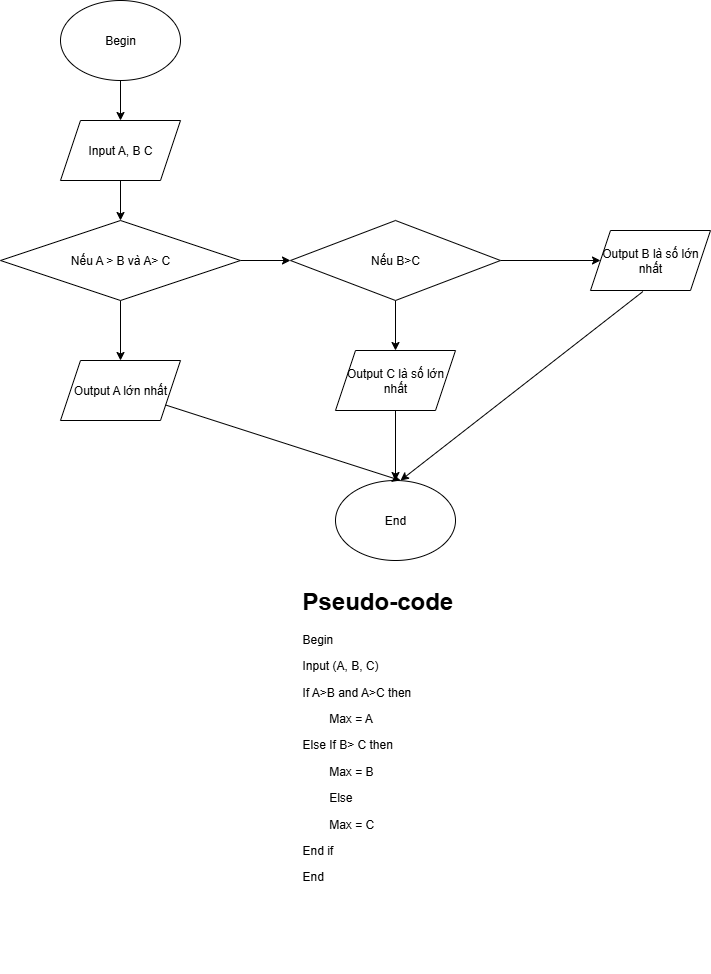
Earlier version of the draw.io export ss3_ma_gia_luu_do/Bai_tap/3/Pseudo+Flowchart_BT3.drawio.png (nnthoi1994/C0625G1---NguyenNgocThoi). Source tidied: cells renumbered, new cells last; positions are measured from the earlier drawing's top-left corner, leaving out a move shared by most shapes. Source of this version:
```xml
<mxGraphModel>
  <root>
    <mxCell id="0" />
    <mxCell id="1" parent="0" />
    <mxCell id="2" style="edgeStyle=orthogonalEdgeStyle;rounded=0;jettySize=auto;html=1;" parent="1" edge="1" source="3" target="5">
      <mxGeometry relative="1" as="geometry" />
    </mxCell>
    <mxCell id="3" value="Begin" style="ellipse;whiteSpace=wrap;html=1;" parent="1" vertex="1">
      <mxGeometry x="60" width="120" height="80" as="geometry" />
    </mxCell>
    <mxCell id="4" style="edgeStyle=orthogonalEdgeStyle;rounded=0;jettySize=auto;html=1;" parent="1" edge="1" source="5" target="8">
      <mxGeometry relative="1" as="geometry" />
    </mxCell>
    <mxCell id="5" value="Input A, B C" style="shape=parallelogram;perimeter=parallelogramPerimeter;whiteSpace=wrap;html=1;fixedSize=1;" parent="1" vertex="1">
      <mxGeometry x="60" y="120" width="120" height="60" as="geometry" />
    </mxCell>
    <mxCell id="6" style="edgeStyle=orthogonalEdgeStyle;rounded=0;jettySize=auto;html=1;" parent="1" edge="1" source="8" target="9">
      <mxGeometry relative="1" as="geometry" />
    </mxCell>
    <mxCell id="7" style="edgeStyle=orthogonalEdgeStyle;rounded=0;jettySize=auto;html=1;" parent="1" edge="1" source="8" target="12">
      <mxGeometry relative="1" as="geometry" />
    </mxCell>
    <mxCell id="8" value="Nếu A &amp;gt; B và A&amp;gt; C" style="rhombus;whiteSpace=wrap;html=1;" parent="1" vertex="1">
      <mxGeometry y="220" width="240" height="80" as="geometry" />
    </mxCell>
    <mxCell id="9" value="Output A lớn nhất" style="shape=parallelogram;perimeter=parallelogramPerimeter;whiteSpace=wrap;html=1;fixedSize=1;" parent="1" vertex="1">
      <mxGeometry x="60" y="360" width="120" height="60" as="geometry" />
    </mxCell>
    <mxCell id="10" style="edgeStyle=orthogonalEdgeStyle;rounded=0;jettySize=auto;html=1;" parent="1" edge="1" source="12" target="15">
      <mxGeometry relative="1" as="geometry" />
    </mxCell>
    <mxCell id="11" style="edgeStyle=orthogonalEdgeStyle;rounded=0;jettySize=auto;html=1;" parent="1" edge="1" source="12" target="13">
      <mxGeometry relative="1" as="geometry" />
    </mxCell>
    <mxCell id="12" value="Nếu B&amp;gt;C" style="rhombus;whiteSpace=wrap;html=1;" parent="1" vertex="1">
      <mxGeometry x="290" y="220" width="210" height="80" as="geometry" />
    </mxCell>
    <mxCell id="13" value="Output B là số lớn nhất" style="shape=parallelogram;perimeter=parallelogramPerimeter;whiteSpace=wrap;html=1;fixedSize=1;" parent="1" vertex="1">
      <mxGeometry x="590" y="230" width="120" height="60" as="geometry" />
    </mxCell>
    <mxCell id="14" style="edgeStyle=orthogonalEdgeStyle;rounded=0;jettySize=auto;html=1;" parent="1" edge="1" source="15" target="16">
      <mxGeometry relative="1" as="geometry" />
    </mxCell>
    <mxCell id="15" value="Output C là số lớn nhất" style="shape=parallelogram;perimeter=parallelogramPerimeter;whiteSpace=wrap;html=1;fixedSize=1;" parent="1" vertex="1">
      <mxGeometry x="335" y="350" width="120" height="60" as="geometry" />
    </mxCell>
    <mxCell id="16" value="End" style="ellipse;whiteSpace=wrap;html=1;" parent="1" vertex="1">
      <mxGeometry x="335" y="480" width="120" height="80" as="geometry" />
    </mxCell>
    <mxCell id="17" style="endArrow=classic;html=1;rounded=0;" parent="1" edge="1" source="9">
      <mxGeometry relative="1" as="geometry">
        <mxPoint x="400" y="480" as="targetPoint" />
      </mxGeometry>
    </mxCell>
    <mxCell id="18" style="endArrow=classic;html=1;rounded=0;exitX=0.437;exitY=1.017;exitDx=0;exitDy=0;exitPerimeter=0;" parent="1" edge="1" source="13">
      <mxGeometry relative="1" as="geometry">
        <mxPoint x="400" y="480" as="targetPoint" />
      </mxGeometry>
    </mxCell>
    <mxCell id="19" value="&lt;h1 style=&quot;margin-top: 0px;&quot;&gt;Pseudo-code&lt;/h1&gt;&lt;p&gt;Begin&lt;/p&gt;&lt;p&gt;Input (A, B, C)&lt;/p&gt;&lt;p&gt;If A&amp;gt;B and A&amp;gt;C then&lt;/p&gt;&lt;p&gt;&lt;span style=&quot;white-space: pre;&quot;&gt;&#9;&lt;/span&gt;Max = A&lt;br&gt;&lt;/p&gt;&lt;p&gt;Else&lt;span style=&quot;background-color: transparent; color: light-dark(rgb(0, 0, 0), rgb(255, 255, 255)); white-space: pre;&quot;&gt;&#9;&lt;/span&gt;&lt;span style=&quot;background-color: transparent; color: light-dark(rgb(0, 0, 0), rgb(255, 255, 255));&quot;&gt;If B&amp;gt; C then&lt;/span&gt;&lt;/p&gt;&lt;p&gt;&lt;span style=&quot;white-space: pre;&quot;&gt;&#9;&lt;/span&gt;Max = B&lt;br&gt;&lt;/p&gt;&lt;p&gt;&lt;span style=&quot;white-space: pre;&quot;&gt;&#9;&lt;/span&gt;Else&lt;/p&gt;&lt;p&gt;&lt;span style=&quot;background-color: transparent; color: light-dark(rgb(0, 0, 0), rgb(255, 255, 255)); white-space: pre;&quot;&gt;&#9;&lt;/span&gt;&lt;span style=&quot;background-color: transparent; color: light-dark(rgb(0, 0, 0), rgb(255, 255, 255));&quot;&gt;Max = C&lt;/span&gt;&lt;/p&gt;&lt;p&gt;End if&lt;/p&gt;&lt;p&gt;End&lt;/p&gt;" style="text;html=1;whiteSpace=wrap;overflow=hidden;rounded=0;" parent="1" vertex="1">
      <mxGeometry x="300" y="580" width="190" height="390" as="geometry" />
    </mxCell>
  </root>
</mxGraphModel>
```
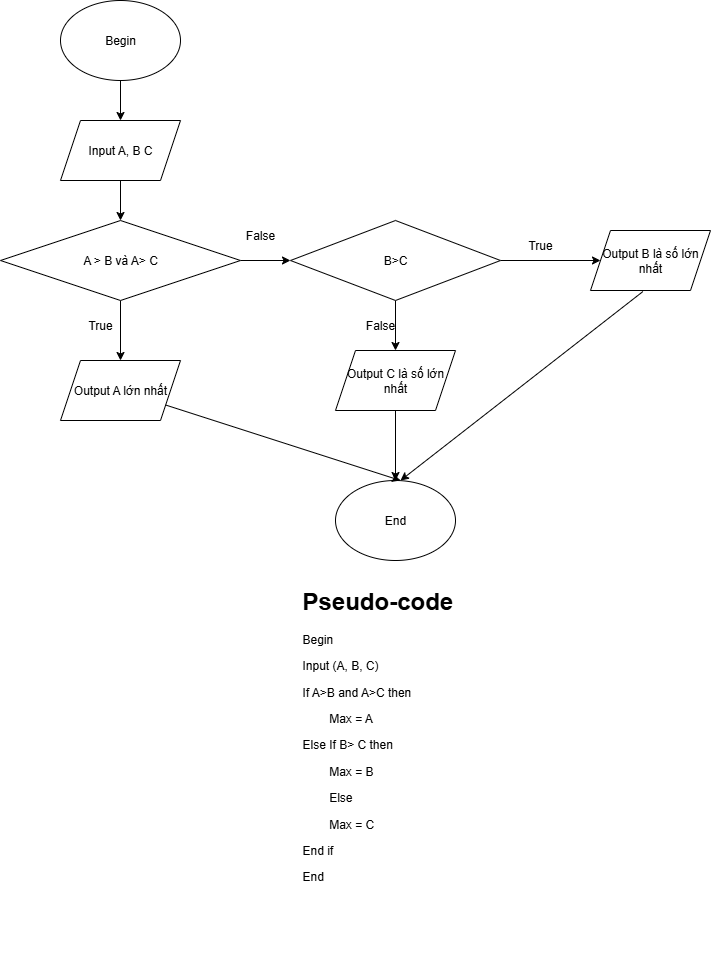
After the change.

The edit, as a diff of the source:
```diff
@@ -20,7 +20,7 @@
     <mxCell id="7" style="edgeStyle=orthogonalEdgeStyle;rounded=0;jettySize=auto;html=1;" parent="1" edge="1" source="8" target="12">
       <mxGeometry relative="1" as="geometry" />
     </mxCell>
-    <mxCell id="8" value="Nếu A &amp;gt; B và A&amp;gt; C" style="rhombus;whiteSpace=wrap;html=1;" parent="1" vertex="1">
+    <mxCell id="8" value="A &amp;gt; B và A&amp;gt; C" style="rhombus;whiteSpace=wrap;html=1;" parent="1" vertex="1">
       <mxGeometry y="220" width="240" height="80" as="geometry" />
     </mxCell>
     <mxCell id="9" value="Output A lớn nhất" style="shape=parallelogram;perimeter=parallelogramPerimeter;whiteSpace=wrap;html=1;fixedSize=1;" parent="1" vertex="1">
@@ -32,7 +32,7 @@
     <mxCell id="11" style="edgeStyle=orthogonalEdgeStyle;rounded=0;jettySize=auto;html=1;" parent="1" edge="1" source="12" target="13">
       <mxGeometry relative="1" as="geometry" />
     </mxCell>
-    <mxCell id="12" value="Nếu B&amp;gt;C" style="rhombus;whiteSpace=wrap;html=1;" parent="1" vertex="1">
+    <mxCell id="12" value="B&amp;gt;C" style="rhombus;whiteSpace=wrap;html=1;" parent="1" vertex="1">
       <mxGeometry x="290" y="220" width="210" height="80" as="geometry" />
     </mxCell>
     <mxCell id="13" value="Output B là số lớn nhất" style="shape=parallelogram;perimeter=parallelogramPerimeter;whiteSpace=wrap;html=1;fixedSize=1;" parent="1" vertex="1">
@@ -60,5 +60,17 @@
     <mxCell id="19" value="&lt;h1 style=&quot;margin-top: 0px;&quot;&gt;Pseudo-code&lt;/h1&gt;&lt;p&gt;Begin&lt;/p&gt;&lt;p&gt;Input (A, B, C)&lt;/p&gt;&lt;p&gt;If A&amp;gt;B and A&amp;gt;C then&lt;/p&gt;&lt;p&gt;&lt;span style=&quot;white-space: pre;&quot;&gt;&#9;&lt;/span&gt;Max = A&lt;br&gt;&lt;/p&gt;&lt;p&gt;Else&lt;span style=&quot;background-color: transparent; color: light-dark(rgb(0, 0, 0), rgb(255, 255, 255)); white-space: pre;&quot;&gt;&#9;&lt;/span&gt;&lt;span style=&quot;background-color: transparent; color: light-dark(rgb(0, 0, 0), rgb(255, 255, 255));&quot;&gt;If B&amp;gt; C then&lt;/span&gt;&lt;/p&gt;&lt;p&gt;&lt;span style=&quot;white-space: pre;&quot;&gt;&#9;&lt;/span&gt;Max = B&lt;br&gt;&lt;/p&gt;&lt;p&gt;&lt;span style=&quot;white-space: pre;&quot;&gt;&#9;&lt;/span&gt;Else&lt;/p&gt;&lt;p&gt;&lt;span style=&quot;background-color: transparent; color: light-dark(rgb(0, 0, 0), rgb(255, 255, 255)); white-space: pre;&quot;&gt;&#9;&lt;/span&gt;&lt;span style=&quot;background-color: transparent; color: light-dark(rgb(0, 0, 0), rgb(255, 255, 255));&quot;&gt;Max = C&lt;/span&gt;&lt;/p&gt;&lt;p&gt;End if&lt;/p&gt;&lt;p&gt;End&lt;/p&gt;" style="text;html=1;whiteSpace=wrap;overflow=hidden;rounded=0;" parent="1" vertex="1">
       <mxGeometry x="300" y="580" width="190" height="390" as="geometry" />
     </mxCell>
+    <mxCell id="20" value="True" style="text;html=1;align=center;verticalAlign=middle;whiteSpace=wrap;rounded=0;" parent="1" vertex="1">
+      <mxGeometry x="70" y="310" width="60" height="30" as="geometry" />
+    </mxCell>
+    <mxCell id="21" value="False" style="text;html=1;align=center;verticalAlign=middle;whiteSpace=wrap;rounded=0;" parent="1" vertex="1">
+      <mxGeometry x="230" y="220" width="60" height="30" as="geometry" />
+    </mxCell>
+    <mxCell id="22" value="True" style="text;html=1;align=center;verticalAlign=middle;whiteSpace=wrap;rounded=0;" parent="1" vertex="1">
+      <mxGeometry x="510" y="230" width="60" height="30" as="geometry" />
+    </mxCell>
+    <mxCell id="23" value="False" style="text;html=1;align=center;verticalAlign=middle;whiteSpace=wrap;rounded=0;" parent="1" vertex="1">
+      <mxGeometry x="350" y="310" width="60" height="30" as="geometry" />
+    </mxCell>
   </root>
 </mxGraphModel>
```
